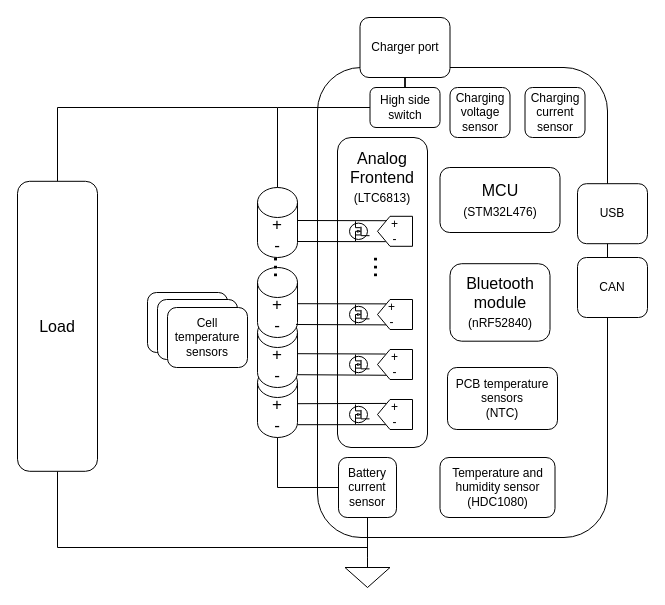
Above: docs/block-diagram.drawio in G-Pereira/greenmobi-bms (draw.io), before the change. Source tidied: cells renumbered, new cells numbered last; positions are measured from the earlier drawing's top-left corner, leaving out a move shared by most shapes. Both pictures are drawn from the tidied source at 100%, with x=0, y=0 at pixel (17, 17).
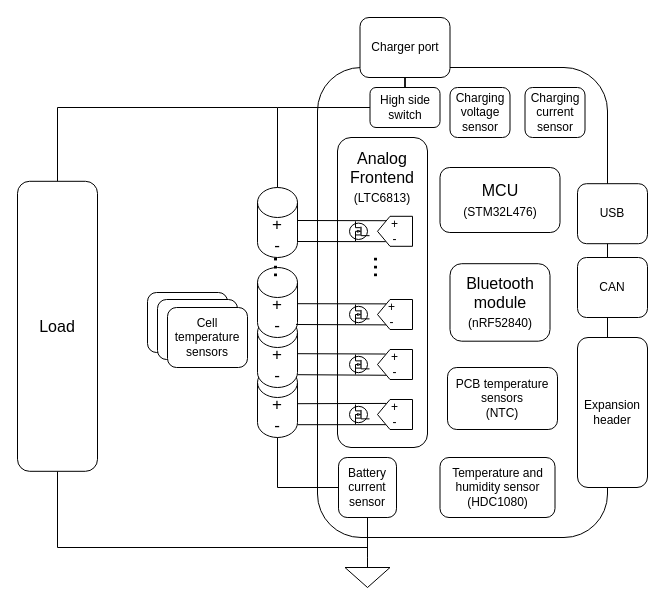
The same diagram, later.

Commit message (it also covers changes not shown here):
Added expansion header to block diagram

The edit, as a diff of the source:
```diff
@@
+    <mxCell id="53" value="Expansion header" style="rounded=1;whiteSpace=wrap;html=1;" parent="1" vertex="1">
+      <mxGeometry x="560" y="320" width="70" height="150" as="geometry" />
+    </mxCell>
```
